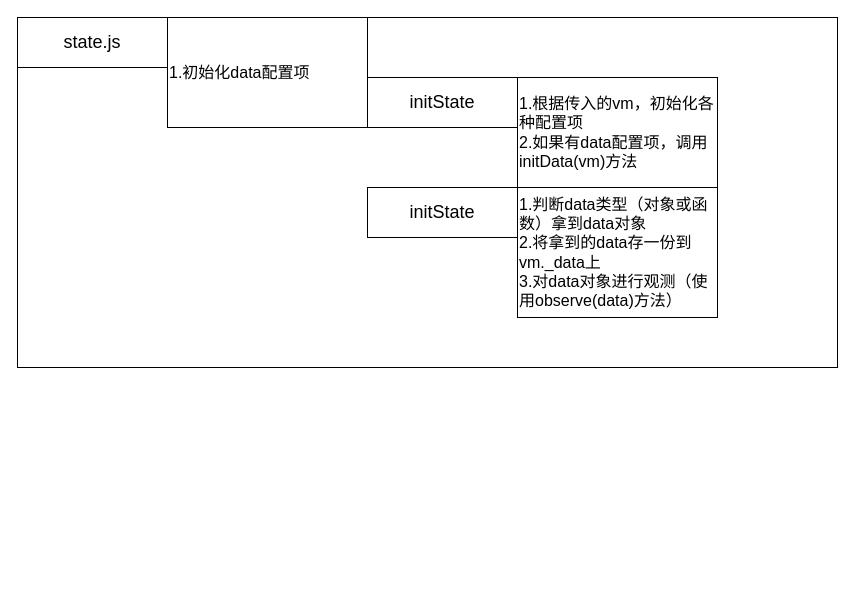
This is page "state.js" (3 of 4) of vue2.drawio from Saiable/drawio, a draw.io file, before an edit. Source tidied: cells renumbered, new cells numbered last; positions are measured from the earlier drawing's top-left corner, leaving out a move shared by most shapes. Both pictures are drawn from the tidied source at 100%, with x=0, y=0 at pixel (17, 17).
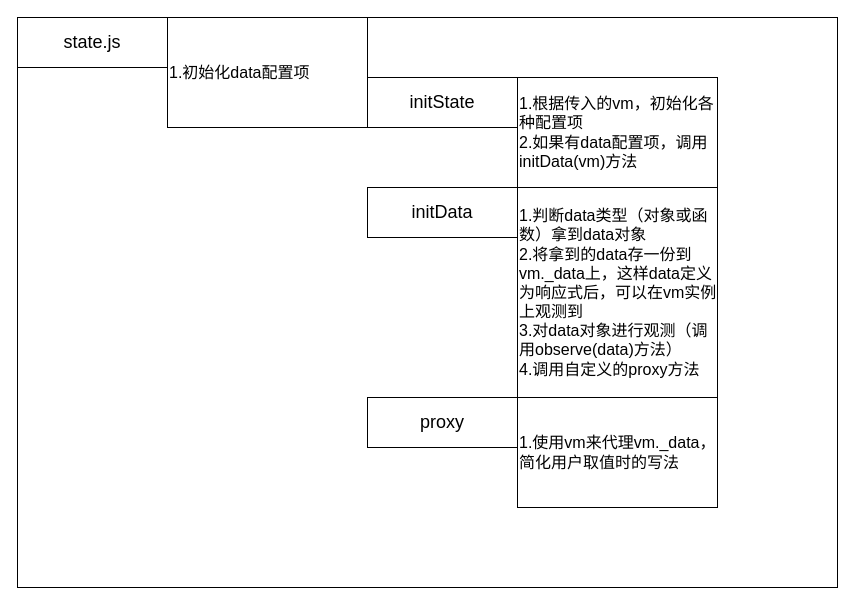
The same diagram, later.

The edit, as a diff of the source:
```diff
@@
 <mxGraphModel>
   <root>
     <mxCell id="0" />
     <mxCell id="1" parent="0" />
     <mxCell id="2" style="rounded=0;whiteSpace=wrap;html=1;fontSize=18;" parent="1" vertex="1">
-      <mxGeometry width="820" height="350" as="geometry" />
+      <mxGeometry width="820" height="570" as="geometry" />
     </mxCell>
     <mxCell id="3" value="&lt;font style=&quot;font-size: 18px;&quot;&gt;state.js&lt;/font&gt;" style="rounded=0;whiteSpace=wrap;html=1;strokeColor=default;fontFamily=Helvetica;fontSize=16;fontColor=default;fillColor=default;align=center;" parent="1" vertex="1">
       <mxGeometry width="150" height="50" as="geometry" />
     </mxCell>
     <mxCell id="4" value="&lt;font style=&quot;border-color: var(--border-color);&quot;&gt;1.初始化data配置项&lt;br&gt;&lt;/font&gt;" style="rounded=0;whiteSpace=wrap;html=1;strokeColor=default;fontFamily=Helvetica;fontSize=16;fontColor=default;fillColor=default;align=left;" parent="1" vertex="1">
       <mxGeometry x="150" width="200" height="110" as="geometry" />
     </mxCell>
     <mxCell id="5" value="&lt;font style=&quot;font-size: 18px;&quot;&gt;initState&lt;/font&gt;" style="rounded=0;whiteSpace=wrap;html=1;strokeColor=default;fontFamily=Helvetica;fontSize=16;fontColor=default;fillColor=default;align=center;" parent="1" vertex="1">
       <mxGeometry x="350" y="60" width="150" height="50" as="geometry" />
     </mxCell>
     <mxCell id="6" value="&lt;font style=&quot;border-color: var(--border-color);&quot;&gt;1.根据传入的vm，初始化各种配置项&lt;br&gt;2.如果有data配置项，调用initData(vm)方法&lt;br&gt;&lt;/font&gt;" style="rounded=0;whiteSpace=wrap;html=1;strokeColor=default;fontFamily=Helvetica;fontSize=16;fontColor=default;fillColor=default;align=left;" parent="1" vertex="1">
       <mxGeometry x="500" y="60" width="200" height="110" as="geometry" />
     </mxCell>
-    <mxCell id="7" value="&lt;font style=&quot;font-size: 18px;&quot;&gt;initState&lt;/font&gt;" style="rounded=0;whiteSpace=wrap;html=1;strokeColor=default;fontFamily=Helvetica;fontSize=16;fontColor=default;fillColor=default;align=center;" parent="1" vertex="1">
+    <mxCell id="7" value="&lt;font style=&quot;font-size: 18px;&quot;&gt;initData&lt;/font&gt;" style="rounded=0;whiteSpace=wrap;html=1;strokeColor=default;fontFamily=Helvetica;fontSize=16;fontColor=default;fillColor=default;align=center;" parent="1" vertex="1">
       <mxGeometry x="350" y="170" width="150" height="50" as="geometry" />
     </mxCell>
-    <mxCell id="8" value="&lt;font style=&quot;border-color: var(--border-color);&quot;&gt;1.判断data类型（对象或函数）拿到data对象&lt;br&gt;2.将拿到的data存一份到vm._data上&lt;br&gt;3.对data对象进行观测（使用observe(data)方法）&lt;br&gt;&lt;/font&gt;" style="rounded=0;whiteSpace=wrap;html=1;strokeColor=default;fontFamily=Helvetica;fontSize=16;fontColor=default;fillColor=default;align=left;" parent="1" vertex="1">
-      <mxGeometry x="500" y="170" width="200" height="130" as="geometry" />
+    <mxCell id="8" value="&lt;font style=&quot;border-color: var(--border-color);&quot;&gt;1.判断data类型（对象或函数）拿到data对象&lt;br&gt;2.将拿到的data存一份到vm._data上，这样data定义为响应式后，可以在vm实例上观测到&lt;br&gt;3.对data对象进行观测（调用observe(data)方法）&lt;br&gt;4.调用自定义的proxy方法&lt;br&gt;&lt;/font&gt;" style="rounded=0;whiteSpace=wrap;html=1;strokeColor=default;fontFamily=Helvetica;fontSize=16;fontColor=default;fillColor=default;align=left;" parent="1" vertex="1">
+      <mxGeometry x="500" y="170" width="200" height="210" as="geometry" />
     </mxCell>
+    <mxCell id="9" value="&lt;font style=&quot;font-size: 18px;&quot;&gt;proxy&lt;/font&gt;" style="rounded=0;whiteSpace=wrap;html=1;strokeColor=default;fontFamily=Helvetica;fontSize=16;fontColor=default;fillColor=default;align=center;" parent="1" vertex="1">
+      <mxGeometry x="350" y="380" width="150" height="50" as="geometry" />
+    </mxCell>
+    <mxCell id="10" value="&lt;font style=&quot;border-color: var(--border-color);&quot;&gt;1.使用vm来代理vm._data，简化用户取值时的写法&lt;br&gt;&lt;/font&gt;" style="rounded=0;whiteSpace=wrap;html=1;strokeColor=default;fontFamily=Helvetica;fontSize=16;fontColor=default;fillColor=default;align=left;" parent="1" vertex="1">
+      <mxGeometry x="500" y="380" width="200" height="110" as="geometry" />
+    </mxCell>
   </root>
 </mxGraphModel>
```
